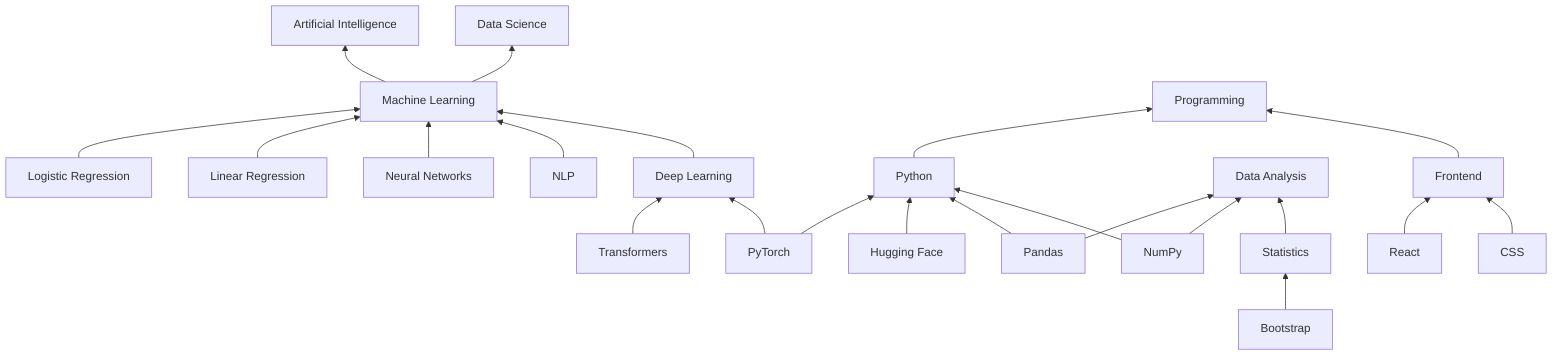
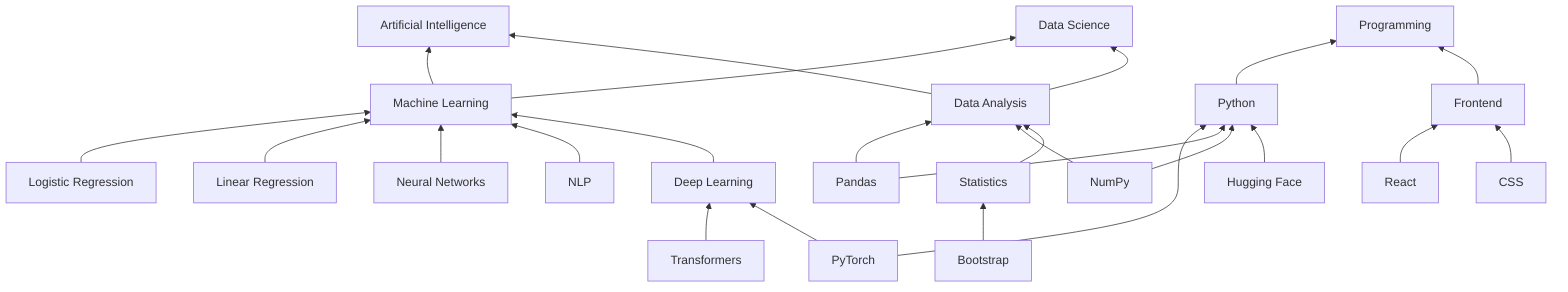
graph BT

    Machine_Learning["Machine Learning"] --> Artificial_Intelligence["Artificial Intelligence"]
    Machine_Learning["Machine Learning"] --> Data_Science["Data Science"]
    Logistic_Regression["Logistic Regression"] --> Machine_Learning["Machine Learning"]
    Linear_Regression["Linear Regression"] --> Machine_Learning["Machine Learning"]
    Neural_Networks["Neural Networks"] --> Machine_Learning["Machine Learning"]
    NLP["NLP"] --> Machine_Learning["Machine Learning"]
    Deep_Learning["Deep Learning"] --> Machine_Learning["Machine Learning"]
    Transformers["Transformers"] --> Deep_Learning["Deep Learning"]
    PyTorch["PyTorch"] --> Deep_Learning["Deep Learning"]
    PyTorch["PyTorch"] --> Python["Python"]
+     Data_Analysis["Data Analysis"] --> Artificial_Intelligence["Artificial Intelligence"]
+     Data_Analysis["Data Analysis"] --> Data_Science["Data Science"]
+     Pandas["Pandas"] --> Data_Analysis["Data Analysis"]
+     Pandas["Pandas"] --> Python["Python"]
+     NumPy["NumPy"] --> Data_Analysis["Data Analysis"]
+     NumPy["NumPy"] --> Python["Python"]
+     Statistics["Statistics"] --> Data_Analysis["Data Analysis"]
+     Bootstrap["Bootstrap"] --> Statistics["Statistics"]
    Python["Python"] --> Programming["Programming"]
    Hugging_Face["Hugging Face"] --> Python["Python"]
-     Pandas["Pandas"] --> Python["Python"]
-     Pandas["Pandas"] --> Data_Analysis["Data Analysis"]
-     NumPy["NumPy"] --> Python["Python"]
-     NumPy["NumPy"] --> Data_Analysis["Data Analysis"]
    Frontend["Frontend"] --> Programming["Programming"]
    React["React"] --> Frontend["Frontend"]
    CSS["CSS"] --> Frontend["Frontend"]
-     Statistics["Statistics"] --> Data_Analysis["Data Analysis"]
-     Bootstrap["Bootstrap"] --> Statistics["Statistics"]
